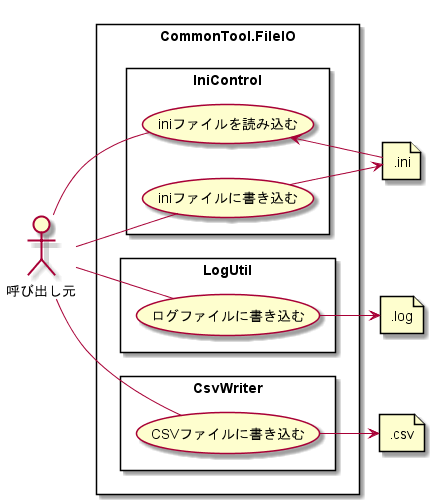
This is doc/03_SubSystem別/CommonTool.FileIO/01_機能詳細/ユースケース図.png from hirorich/CommonTool, a PlantUML export, as it was before one commit.
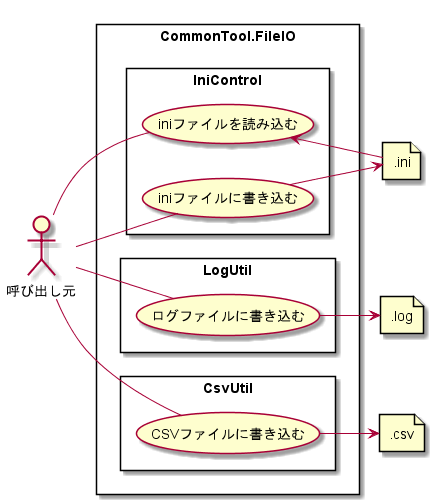
After the change.

Change to the diagram source:
```diff
@@ -18,7 +18,7 @@
     呼び出し元 -- (ログファイルに書き込む)
     (ログファイルに書き込む) --> LogFile
   }
-  rectangle CsvWriter {
+  rectangle CsvUtil {
     呼び出し元 -- (CSVファイルに書き込む)
     (CSVファイルに書き込む) --> CsvFile
   }
```
